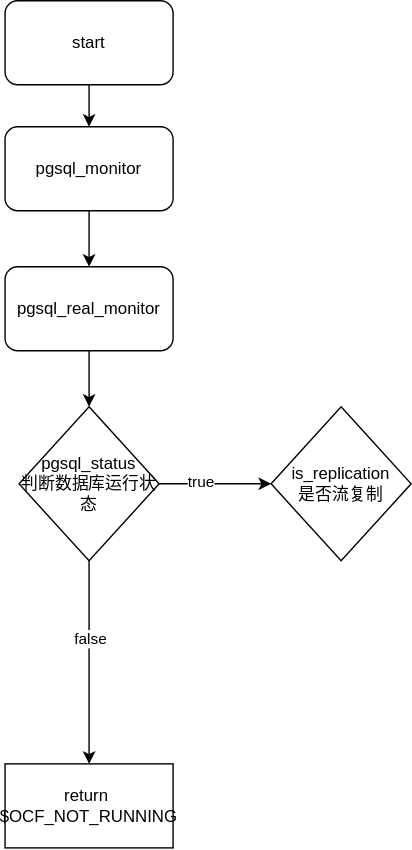
Earlier version of the draw.io export pacemaker_pgsql.svg (simplecodeyu/hot-standy-keepalived-postgres). Source tidied: cells renumbered, new cells last; positions are measured from the earlier drawing's top-left corner, leaving out a move shared by most shapes. The source it was exported from:
```xml
<mxGraphModel>
  <root>
    <mxCell id="0" />
    <mxCell id="1" parent="0" />
    <mxCell id="2" style="edgeStyle=orthogonalEdgeStyle;rounded=0;jettySize=auto;html=1;entryX=0.5;entryY=0;entryDx=0;entryDy=0;" parent="1" edge="1" source="3" target="5">
      <mxGeometry relative="1" as="geometry" />
    </mxCell>
    <mxCell id="3" value="start" style="rounded=1;whiteSpace=wrap;html=1;" parent="1" vertex="1">
      <mxGeometry width="120" height="60" as="geometry" />
    </mxCell>
    <mxCell id="4" style="edgeStyle=orthogonalEdgeStyle;rounded=0;jettySize=auto;html=1;" parent="1" edge="1" source="5" target="7">
      <mxGeometry relative="1" as="geometry" />
    </mxCell>
    <mxCell id="5" value="pgsql_monitor" style="rounded=1;whiteSpace=wrap;html=1;" parent="1" vertex="1">
      <mxGeometry y="90" width="120" height="60" as="geometry" />
    </mxCell>
    <mxCell id="6" style="edgeStyle=orthogonalEdgeStyle;rounded=0;jettySize=auto;html=1;" parent="1" edge="1" source="7" target="12">
      <mxGeometry relative="1" as="geometry" />
    </mxCell>
    <mxCell id="7" value="pgsql_real_monitor" style="rounded=1;whiteSpace=wrap;html=1;" parent="1" vertex="1">
      <mxGeometry y="190" width="120" height="60" as="geometry" />
    </mxCell>
    <mxCell id="8" style="edgeStyle=orthogonalEdgeStyle;rounded=0;jettySize=auto;html=1;" parent="1" edge="1" source="12" target="13">
      <mxGeometry relative="1" as="geometry" />
    </mxCell>
    <mxCell id="9" value="false" style="edgeLabel;html=1;align=center;verticalAlign=middle;" parent="8" vertex="1">
      <mxGeometry x="-0.23" y="1" relative="1" as="geometry" />
    </mxCell>
    <mxCell id="10" style="edgeStyle=orthogonalEdgeStyle;rounded=0;jettySize=auto;html=1;" parent="1" edge="1" source="12" target="14">
      <mxGeometry relative="1" as="geometry" />
    </mxCell>
    <mxCell id="11" value="true" style="edgeLabel;html=1;align=center;verticalAlign=middle;" parent="10" vertex="1">
      <mxGeometry x="-0.27" y="1" relative="1" as="geometry" />
    </mxCell>
    <mxCell id="12" value="pgsql_status&lt;br&gt;判断数据库运行状态" style="rhombus;whiteSpace=wrap;html=1;" parent="1" vertex="1">
      <mxGeometry x="10" y="290" width="100" height="110" as="geometry" />
    </mxCell>
    <mxCell id="13" value="return&amp;nbsp;&lt;br&gt;$OCF_NOT_RUNNING" style="whiteSpace=wrap;html=1;" parent="1" vertex="1">
      <mxGeometry y="545" width="120" height="60" as="geometry" />
    </mxCell>
    <mxCell id="14" value="is_replication&lt;br&gt;是否流复制" style="rhombus;whiteSpace=wrap;html=1;" parent="1" vertex="1">
      <mxGeometry x="190" y="290" width="100" height="110" as="geometry" />
    </mxCell>
  </root>
</mxGraphModel>
```
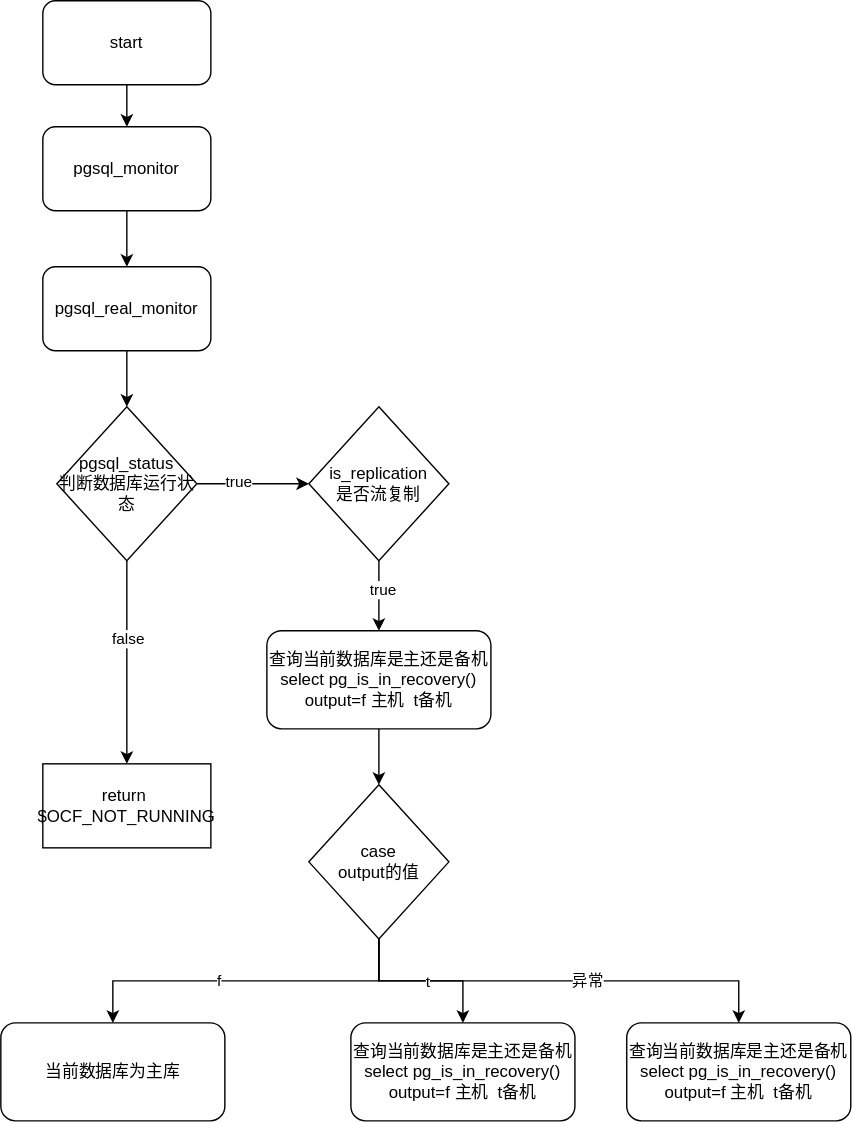
The same diagram one commit later.

Diff of the diagram source:
```diff
@@ -38,8 +38,60 @@
     <mxCell id="13" value="return&amp;nbsp;&lt;br&gt;$OCF_NOT_RUNNING" style="whiteSpace=wrap;html=1;" parent="1" vertex="1">
       <mxGeometry y="545" width="120" height="60" as="geometry" />
     </mxCell>
+    <mxCell id="15" style="edgeStyle=orthogonalEdgeStyle;rounded=0;jettySize=auto;html=1;entryX=0.5;entryY=0;entryDx=0;entryDy=0;" parent="1" edge="1" source="14" target="18">
+      <mxGeometry relative="1" as="geometry" />
+    </mxCell>
+    <mxCell id="16" value="true" style="edgeLabel;html=1;align=center;verticalAlign=middle;" parent="15" vertex="1">
+      <mxGeometry x="-0.17" y="3" relative="1" as="geometry" />
+    </mxCell>
     <mxCell id="14" value="is_replication&lt;br&gt;是否流复制" style="rhombus;whiteSpace=wrap;html=1;" parent="1" vertex="1">
       <mxGeometry x="190" y="290" width="100" height="110" as="geometry" />
     </mxCell>
+    <mxCell id="17" style="edgeStyle=orthogonalEdgeStyle;rounded=0;jettySize=auto;html=1;" parent="1" edge="1" source="18" target="25">
+      <mxGeometry relative="1" as="geometry" />
+    </mxCell>
+    <mxCell id="18" value="查询当前数据库是主还是备机&lt;br&gt;select pg_is_in_recovery()&lt;br&gt;output=f 主机&amp;nbsp; t备机" style="rounded=1;whiteSpace=wrap;html=1;" parent="1" vertex="1">
+      <mxGeometry x="160" y="450" width="160" height="70" as="geometry" />
+    </mxCell>
+    <mxCell id="19" style="edgeStyle=orthogonalEdgeStyle;rounded=0;jettySize=auto;html=1;entryX=0.5;entryY=0;entryDx=0;entryDy=0;" parent="1" edge="1" source="25" target="26">
+      <mxGeometry relative="1" as="geometry">
+        <Array as="points">
+          <mxPoint x="240" y="700" />
+          <mxPoint x="50" y="700" />
+        </Array>
+      </mxGeometry>
+    </mxCell>
+    <mxCell id="20" value="f" style="edgeLabel;html=1;align=center;verticalAlign=middle;" parent="19" vertex="1">
+      <mxGeometry x="0.15" relative="1" as="geometry" />
+    </mxCell>
+    <mxCell id="21" style="edgeStyle=orthogonalEdgeStyle;rounded=0;jettySize=auto;html=1;" parent="1" edge="1" source="25" target="27">
+      <mxGeometry relative="1" as="geometry" />
+    </mxCell>
+    <mxCell id="22" style="edgeStyle=orthogonalEdgeStyle;rounded=0;jettySize=auto;html=1;" parent="1" edge="1" source="25" target="28">
+      <mxGeometry relative="1" as="geometry">
+        <Array as="points">
+          <mxPoint x="240" y="700" />
+          <mxPoint x="497" y="700" />
+        </Array>
+      </mxGeometry>
+    </mxCell>
+    <mxCell id="23" value="t" style="edgeLabel;html=1;align=center;verticalAlign=middle;" parent="22" vertex="1">
+      <mxGeometry x="-0.59" y="-1" relative="1" as="geometry" />
+    </mxCell>
+    <mxCell id="24" value="异常" style="edgeLabel;html=1;align=center;verticalAlign=middle;" parent="22" vertex="1">
+      <mxGeometry x="0.12" relative="1" as="geometry" />
+    </mxCell>
+    <mxCell id="25" value="case &lt;br&gt;output的值" style="rhombus;whiteSpace=wrap;html=1;" parent="1" vertex="1">
+      <mxGeometry x="190" y="560" width="100" height="110" as="geometry" />
+    </mxCell>
+    <mxCell id="26" value="当前数据库为主库&lt;br&gt;" style="rounded=1;whiteSpace=wrap;html=1;" parent="1" vertex="1">
+      <mxGeometry x="-30" y="730" width="160" height="70" as="geometry" />
+    </mxCell>
+    <mxCell id="27" value="查询当前数据库是主还是备机&lt;br&gt;select pg_is_in_recovery()&lt;br&gt;output=f 主机&amp;nbsp; t备机" style="rounded=1;whiteSpace=wrap;html=1;" parent="1" vertex="1">
+      <mxGeometry x="220" y="730" width="160" height="70" as="geometry" />
+    </mxCell>
+    <mxCell id="28" value="查询当前数据库是主还是备机&lt;br&gt;select pg_is_in_recovery()&lt;br&gt;output=f 主机&amp;nbsp; t备机" style="rounded=1;whiteSpace=wrap;html=1;" parent="1" vertex="1">
+      <mxGeometry x="417" y="730" width="160" height="70" as="geometry" />
+    </mxCell>
   </root>
 </mxGraphModel>
```
